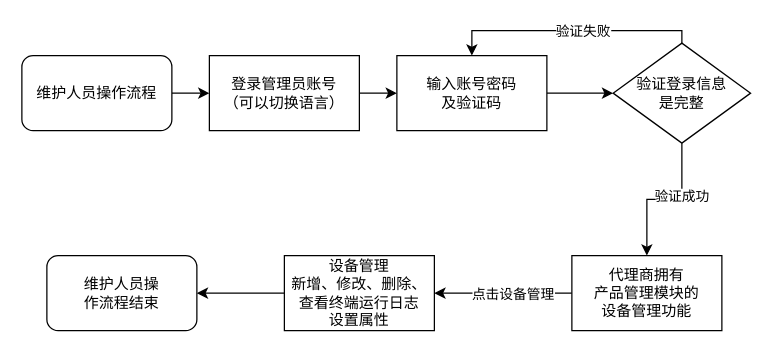
liangqingnice/liangqingnice keeps this draw.io diagram as 维护人员.drawio. Above is the earlier version. Source tidied: cells renumbered, new cells numbered last; positions are measured from the earlier drawing's top-left corner, leaving out a move shared by most shapes. Both pictures are drawn from the tidied source at 125%, with x=0, y=0 at pixel (21, 30).
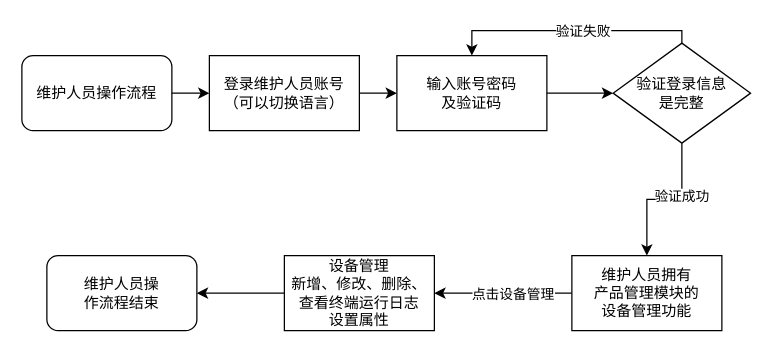
Above is the later version.

Commit message (it also covers changes not shown here):
更新维护人员.drawio

What changed in the source:
```diff
@@
-    <mxCell id="12" value="登录管理员账号&lt;br&gt;（可以切换语言）" style="rounded=0;whiteSpace=wrap;html=1;" parent="1" vertex="1">
+    <mxCell id="12" value="登录维护人员账号&lt;br&gt;（可以切换语言）" style="rounded=0;whiteSpace=wrap;html=1;" parent="1" vertex="1">
       <mxGeometry x="150" y="20" width="120" height="60" as="geometry" />
     </mxCell>
@@
-    <mxCell id="15" value="代理商拥有&lt;br&gt;产品管理模块的&lt;br&gt;设备管理功能" style="whiteSpace=wrap;html=1;rounded=0;" parent="1" vertex="1">
+    <mxCell id="15" value="维护人员拥有&lt;br&gt;产品管理模块的&lt;br&gt;设备管理功能" style="whiteSpace=wrap;html=1;rounded=0;" parent="1" vertex="1">
       <mxGeometry x="440" y="180" width="120" height="60" as="geometry" />
     </mxCell>
```
